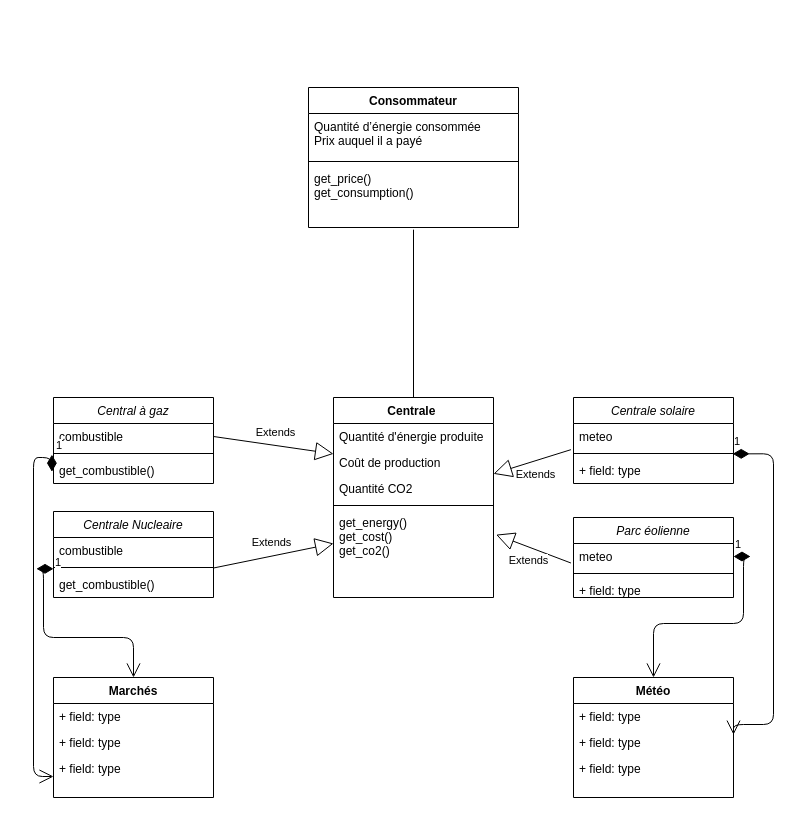
Above: Class Diagram.drawio in 17341/POO_Projet (draw.io), before the change. Source tidied: cells renumbered, new cells numbered last; positions are measured from the earlier drawing's top-left corner, leaving out a move shared by most shapes. Both pictures are drawn from the tidied source at 100%, with x=0, y=0 at pixel (33, 87).
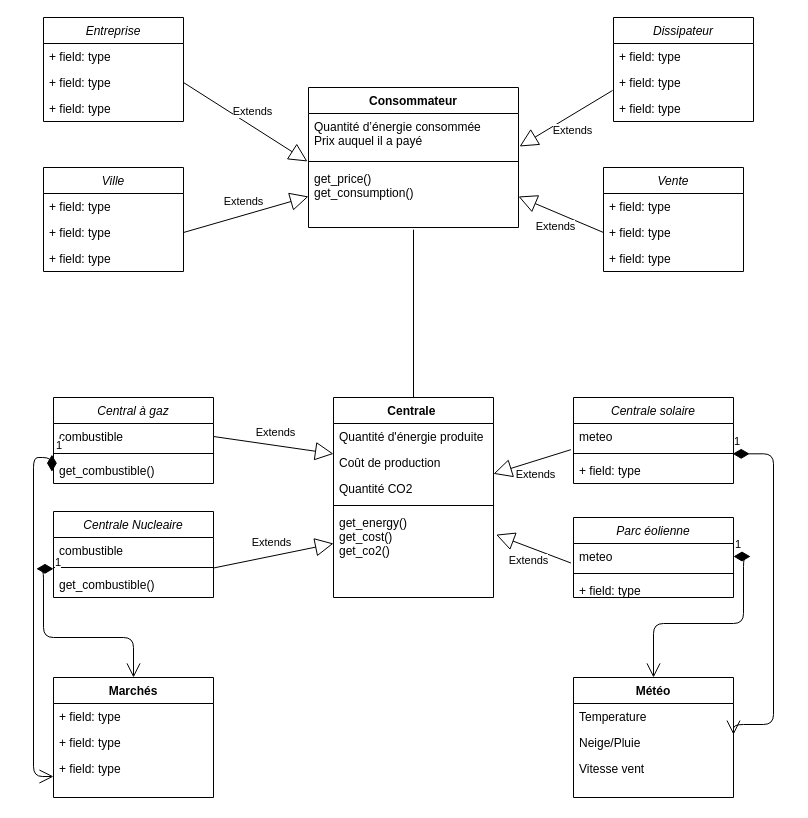
The same page after the edit.

Unchanged cells that the change refers to:
```xml
<mxCell id="9" value="Quantité d’énergie consommée &#10;Prix auquel il a payé" style="text;strokeColor=none;fillColor=none;align=left;verticalAlign=top;spacingLeft=4;spacingRight=4;overflow=hidden;points=[[0,0.5],[1,0.5]];portConstraint=eastwest;" parent="8" vertex="1">
  <mxGeometry y="26" width="210" height="44" as="geometry" />
</mxCell>
<mxCell id="11" value="get_price()&#10;get_consumption()&#10;&#10;" style="text;strokeColor=none;fillColor=none;align=left;verticalAlign=top;spacingLeft=4;spacingRight=4;overflow=hidden;points=[[0,0.5],[1,0.5]];portConstraint=eastwest;" parent="8" vertex="1">
  <mxGeometry y="78" width="210" height="62" as="geometry" />
</mxCell>
<mxCell id="31" value="Météo" style="swimlane;fontStyle=1;horizontal=1;startSize=26;fillColor=none;" parent="1" vertex="1">
  <mxGeometry x="540" y="590" width="160" height="120" as="geometry" />
</mxCell>
```

Diff of the diagram source:
```diff
@@
-    <mxCell id="32" value="+ field: type" style="text;strokeColor=none;fillColor=none;align=left;verticalAlign=top;spacingLeft=4;spacingRight=4;overflow=hidden;" parent="31" vertex="1">
+    <mxCell id="32" value="Temperature" style="text;strokeColor=none;fillColor=none;align=left;verticalAlign=top;spacingLeft=4;spacingRight=4;overflow=hidden;" parent="31" vertex="1">
       <mxGeometry y="26" width="160" height="26" as="geometry" />
     </mxCell>
-    <mxCell id="33" value="+ field: type" style="text;strokeColor=none;fillColor=none;align=left;verticalAlign=top;spacingLeft=4;spacingRight=4;overflow=hidden;points=[[0,0.5],[1,0.5]];portConstraint=eastwest;" parent="31" vertex="1">
+    <mxCell id="33" value="Neige/Pluie" style="text;strokeColor=none;fillColor=none;align=left;verticalAlign=top;spacingLeft=4;spacingRight=4;overflow=hidden;points=[[0,0.5],[1,0.5]];portConstraint=eastwest;" parent="31" vertex="1">
       <mxGeometry y="52" width="160" height="26" as="geometry" />
     </mxCell>
-    <mxCell id="34" value="+ field: type" style="text;strokeColor=none;fillColor=none;align=left;verticalAlign=top;spacingLeft=4;spacingRight=4;overflow=hidden;" parent="31" vertex="1">
+    <mxCell id="34" value="Vitesse vent" style="text;strokeColor=none;fillColor=none;align=left;verticalAlign=top;spacingLeft=4;spacingRight=4;overflow=hidden;" parent="31" vertex="1">
       <mxGeometry y="78" width="160" height="42" as="geometry" />
     </mxCell>
@@
+    <mxCell id="45" value="Ville" style="swimlane;fontStyle=2;horizontal=1;startSize=26;fillColor=none;" parent="1" vertex="1">
+      <mxGeometry x="10" y="80" width="140" height="104" as="geometry" />
+    </mxCell>
+    <mxCell id="46" value="+ field: type" style="text;strokeColor=none;fillColor=none;align=left;verticalAlign=top;spacingLeft=4;spacingRight=4;overflow=hidden;" parent="45" vertex="1">
+      <mxGeometry y="26" width="140" height="26" as="geometry" />
+    </mxCell>
+    <mxCell id="47" value="+ field: type" style="text;strokeColor=none;fillColor=none;align=left;verticalAlign=top;spacingLeft=4;spacingRight=4;overflow=hidden;points=[[0,0.5],[1,0.5]];portConstraint=eastwest;" parent="45" vertex="1">
+      <mxGeometry y="52" width="140" height="26" as="geometry" />
+    </mxCell>
+    <mxCell id="48" value="+ field: type" style="text;strokeColor=none;fillColor=none;align=left;verticalAlign=top;spacingLeft=4;spacingRight=4;overflow=hidden;" parent="45" vertex="1">
+      <mxGeometry y="78" width="140" height="26" as="geometry" />
+    </mxCell>
+    <mxCell id="49" value="Entreprise" style="swimlane;fontStyle=2;horizontal=1;startSize=26;fillColor=none;" parent="1" vertex="1">
+      <mxGeometry x="10" y="-70" width="140" height="104" as="geometry" />
+    </mxCell>
+    <mxCell id="50" value="+ field: type" style="text;strokeColor=none;fillColor=none;align=left;verticalAlign=top;spacingLeft=4;spacingRight=4;overflow=hidden;" parent="49" vertex="1">
+      <mxGeometry y="26" width="140" height="26" as="geometry" />
+    </mxCell>
+    <mxCell id="51" value="+ field: type" style="text;strokeColor=none;fillColor=none;align=left;verticalAlign=top;spacingLeft=4;spacingRight=4;overflow=hidden;points=[[0,0.5],[1,0.5]];portConstraint=eastwest;" parent="49" vertex="1">
+      <mxGeometry y="52" width="140" height="26" as="geometry" />
+    </mxCell>
+    <mxCell id="52" value="+ field: type" style="text;strokeColor=none;fillColor=none;align=left;verticalAlign=top;spacingLeft=4;spacingRight=4;overflow=hidden;" parent="49" vertex="1">
+      <mxGeometry y="78" width="140" height="26" as="geometry" />
+    </mxCell>
+    <mxCell id="53" value="Dissipateur" style="swimlane;fontStyle=2;horizontal=1;startSize=26;fillColor=none;" parent="1" vertex="1">
+      <mxGeometry x="580" y="-70" width="140" height="104" as="geometry" />
+    </mxCell>
+    <mxCell id="54" value="+ field: type" style="text;strokeColor=none;fillColor=none;align=left;verticalAlign=top;spacingLeft=4;spacingRight=4;overflow=hidden;" parent="53" vertex="1">
+      <mxGeometry y="26" width="140" height="26" as="geometry" />
+    </mxCell>
+    <mxCell id="55" value="+ field: type" style="text;strokeColor=none;fillColor=none;align=left;verticalAlign=top;spacingLeft=4;spacingRight=4;overflow=hidden;points=[[0,0.5],[1,0.5]];portConstraint=eastwest;" parent="53" vertex="1">
+      <mxGeometry y="52" width="140" height="26" as="geometry" />
+    </mxCell>
+    <mxCell id="56" value="+ field: type" style="text;strokeColor=none;fillColor=none;align=left;verticalAlign=top;spacingLeft=4;spacingRight=4;overflow=hidden;" parent="53" vertex="1">
+      <mxGeometry y="78" width="140" height="26" as="geometry" />
+    </mxCell>
+    <mxCell id="57" value="Vente" style="swimlane;fontStyle=2;horizontal=1;startSize=26;fillColor=none;" parent="1" vertex="1">
+      <mxGeometry x="570" y="80" width="140" height="104" as="geometry" />
+    </mxCell>
+    <mxCell id="58" value="+ field: type" style="text;strokeColor=none;fillColor=none;align=left;verticalAlign=top;spacingLeft=4;spacingRight=4;overflow=hidden;" parent="57" vertex="1">
+      <mxGeometry y="26" width="140" height="26" as="geometry" />
+    </mxCell>
+    <mxCell id="59" value="+ field: type" style="text;strokeColor=none;fillColor=none;align=left;verticalAlign=top;spacingLeft=4;spacingRight=4;overflow=hidden;points=[[0,0.5],[1,0.5]];portConstraint=eastwest;" parent="57" vertex="1">
+      <mxGeometry y="52" width="140" height="26" as="geometry" />
+    </mxCell>
+    <mxCell id="60" value="+ field: type" style="text;strokeColor=none;fillColor=none;align=left;verticalAlign=top;spacingLeft=4;spacingRight=4;overflow=hidden;" parent="57" vertex="1">
+      <mxGeometry y="78" width="140" height="26" as="geometry" />
+    </mxCell>
+    <mxCell id="61" value="Extends" style="endArrow=block;endSize=16;endFill=0;html=1;exitX=1;exitY=0.5;exitDx=0;exitDy=0;entryX=-0.005;entryY=-0.065;entryDx=0;entryDy=0;entryPerimeter=0;" parent="1" edge="1" source="51" target="11">
+      <mxGeometry x="0.01" y="13" relative="1" as="geometry" />
+    </mxCell>
+    <mxCell id="62" value="Extends" style="endArrow=block;endSize=16;endFill=0;html=1;exitX=1;exitY=0.5;exitDx=0;exitDy=0;entryX=0;entryY=0.5;entryDx=0;entryDy=0;" parent="1" edge="1" source="47" target="11">
+      <mxGeometry x="0.01" y="13" relative="1" as="geometry" />
+    </mxCell>
+    <mxCell id="63" value="Extends" style="endArrow=block;endSize=16;endFill=0;html=1;exitX=-0.007;exitY=0.808;exitDx=0;exitDy=0;entryX=1.005;entryY=0.75;entryDx=0;entryDy=0;exitPerimeter=0;entryPerimeter=0;" parent="1" edge="1" source="55" target="9">
+      <mxGeometry x="0.01" y="13" relative="1" as="geometry" />
+    </mxCell>
+    <mxCell id="64" value="Extends" style="endArrow=block;endSize=16;endFill=0;html=1;exitX=0;exitY=0.5;exitDx=0;exitDy=0;entryX=1;entryY=0.5;entryDx=0;entryDy=0;" parent="1" edge="1" source="59" target="11">
+      <mxGeometry x="0.01" y="13" relative="1" as="geometry" />
+    </mxCell>
```
